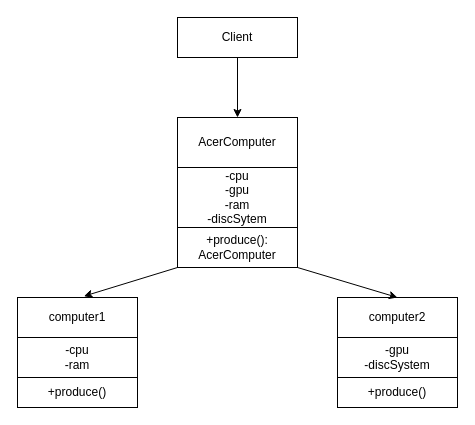
The draw.io diagram 1_creational/prototype.drawio in plnnsimon/patterns, before the edit. Source tidied: cells renumbered, new cells numbered last; positions are measured from the earlier drawing's top-left corner, leaving out a move shared by most shapes. Both pictures are drawn from the tidied source at 100%, with x=0, y=0 at pixel (17, 17).
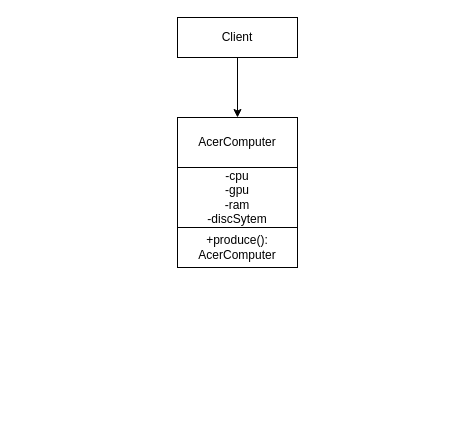
The same page after the edit.

Change to the diagram source:
```diff
@@
 <mxGraphModel>
   <root>
     <mxCell id="0" />
     <mxCell id="1" parent="0" />
     <mxCell id="2" value="Client" style="rounded=0;whiteSpace=wrap;html=1;" parent="1" vertex="1">
       <mxGeometry x="160" width="120" height="40" as="geometry" />
     </mxCell>
     <mxCell id="3" value="AcerComputer" style="rounded=0;whiteSpace=wrap;html=1;" parent="1" vertex="1">
       <mxGeometry x="160" y="100" width="120" height="50" as="geometry" />
     </mxCell>
     <mxCell id="4" style="endArrow=classic;html=1;exitX=0.5;exitY=1;exitDx=0;exitDy=0;entryX=0.5;entryY=0;entryDx=0;entryDy=0;" parent="1" edge="1" source="2" target="3">
       <mxGeometry relative="1" as="geometry" />
     </mxCell>
     <mxCell id="5" value="-cpu&lt;br&gt;-gpu&lt;br&gt;-ram&lt;br&gt;-discSytem" style="rounded=0;whiteSpace=wrap;html=1;" parent="1" vertex="1">
       <mxGeometry x="160" y="150" width="120" height="60" as="geometry" />
     </mxCell>
     <mxCell id="6" value="+produce(): AcerComputer" style="rounded=0;whiteSpace=wrap;html=1;" parent="1" vertex="1">
       <mxGeometry x="160" y="210" width="120" height="40" as="geometry" />
     </mxCell>
-    <mxCell id="7" value="computer2" style="rounded=0;whiteSpace=wrap;html=1;" parent="1" vertex="1">
-      <mxGeometry x="320" y="280" width="120" height="40" as="geometry" />
-    </mxCell>
-    <mxCell id="8" value="computer1" style="rounded=0;whiteSpace=wrap;html=1;" parent="1" vertex="1">
-      <mxGeometry y="280" width="120" height="40" as="geometry" />
-    </mxCell>
-    <mxCell id="9" style="endArrow=classic;html=1;exitX=0;exitY=1;exitDx=0;exitDy=0;entryX=0.553;entryY=-0.032;entryDx=0;entryDy=0;entryPerimeter=0;" parent="1" edge="1" source="6" target="8">
-      <mxGeometry relative="1" as="geometry" />
-    </mxCell>
-    <mxCell id="10" style="endArrow=classic;html=1;exitX=1;exitY=1;exitDx=0;exitDy=0;entryX=0.5;entryY=0;entryDx=0;entryDy=0;" parent="1" edge="1" source="6" target="7">
-      <mxGeometry relative="1" as="geometry" />
-    </mxCell>
-    <mxCell id="11" value="-cpu&lt;br&gt;-ram" style="rounded=0;whiteSpace=wrap;html=1;" parent="1" vertex="1">
-      <mxGeometry y="320" width="120" height="40" as="geometry" />
-    </mxCell>
-    <mxCell id="12" value="+produce()" style="rounded=0;whiteSpace=wrap;html=1;" parent="1" vertex="1">
-      <mxGeometry y="360" width="120" height="30" as="geometry" />
-    </mxCell>
-    <mxCell id="13" value="-gpu&lt;br&gt;-discSystem" style="rounded=0;whiteSpace=wrap;html=1;" parent="1" vertex="1">
-      <mxGeometry x="320" y="320" width="120" height="40" as="geometry" />
-    </mxCell>
-    <mxCell id="14" value="+produce()" style="rounded=0;whiteSpace=wrap;html=1;" parent="1" vertex="1">
-      <mxGeometry x="320" y="360" width="120" height="30" as="geometry" />
-    </mxCell>
   </root>
 </mxGraphModel>
```
